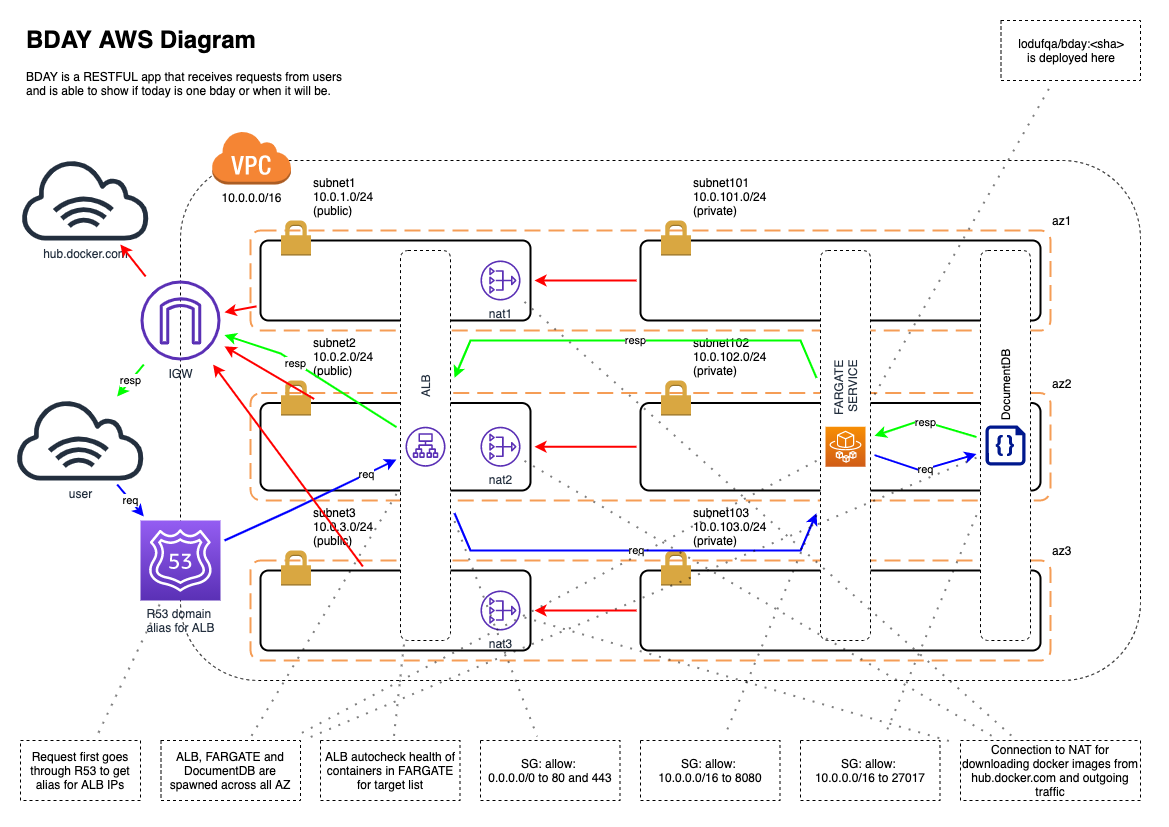
Before: docs/bday.png, a diagram exported from draw.io (aamkye/bday). Source tidied: cells renumbered, new cells last; positions are measured from the earlier drawing's top-left corner, leaving out a move shared by most shapes.
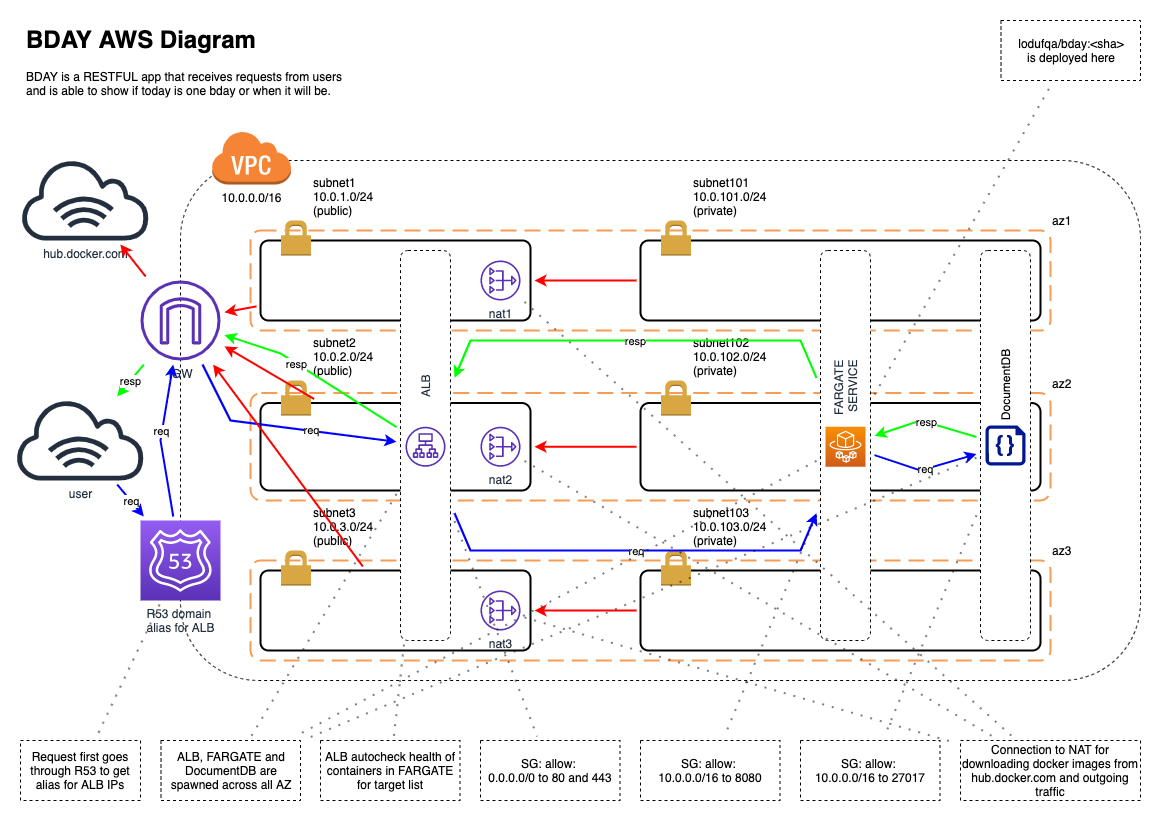
After the commit.

The edit, as a diff of the source:
```diff
@@ -103,16 +103,16 @@
     <mxCell id="33" value="req" style="edgeLabel;html=1;align=center;verticalAlign=middle;" parent="32" vertex="1">
       <mxGeometry relative="1" as="geometry" />
     </mxCell>
-    <mxCell id="34" style="endArrow=classic;html=1;rounded=0;strokeWidth=2;targetPerimeterSpacing=4;sourcePerimeterSpacing=4;strokeColor=#0000FF;" parent="1" edge="1" source="49" target="17">
+    <mxCell id="34" style="endArrow=classic;html=1;rounded=0;strokeWidth=2;targetPerimeterSpacing=4;sourcePerimeterSpacing=4;strokeColor=#0000FF;" parent="1" edge="1" source="4" target="17">
       <mxGeometry relative="1" as="geometry">
         <Array as="points">
-          <mxPoint x="275" y="490" />
+          <mxPoint x="215" y="400" />
         </Array>
       </mxGeometry>
     </mxCell>
     <mxCell id="35" value="req" style="edgeLabel;html=1;align=center;verticalAlign=middle;" parent="34" vertex="1">
       <mxGeometry relative="1" as="geometry">
-        <mxPoint x="55" y="-27" as="offset" />
+        <mxPoint x="29" y="3" as="offset" />
       </mxGeometry>
     </mxCell>
     <mxCell id="36" style="endArrow=classic;html=1;rounded=0;strokeWidth=2;targetPerimeterSpacing=4;sourcePerimeterSpacing=4;strokeColor=#00FF00;" parent="1" edge="1" source="15" target="17">
@@ -254,5 +254,17 @@
     <mxCell id="75" value="&lt;h1&gt;&lt;span&gt;BDAY AWS Diagram&lt;/span&gt;&lt;/h1&gt;&lt;div&gt;&lt;span&gt;&lt;div&gt;BDAY is a RESTFUL app that receives requests from users and is able to show if today is one bday or when it will be.&lt;/div&gt;&lt;/span&gt;&lt;/div&gt;" style="text;html=1;strokeColor=none;fillColor=none;spacing=5;spacingTop=-20;whiteSpace=wrap;overflow=hidden;rounded=0;dashed=1;" parent="1" vertex="1">
       <mxGeometry x="6" width="339" height="100" as="geometry" />
     </mxCell>
+    <mxCell id="76" style="endArrow=classic;html=1;rounded=0;strokeWidth=2;targetPerimeterSpacing=4;sourcePerimeterSpacing=4;strokeColor=#0000FF;" parent="1" edge="1" source="49" target="4">
+      <mxGeometry relative="1" as="geometry">
+        <Array as="points">
+          <mxPoint x="145" y="420" />
+        </Array>
+      </mxGeometry>
+    </mxCell>
+    <mxCell id="77" value="req" style="edgeLabel;html=1;align=center;verticalAlign=middle;" parent="76" vertex="1">
+      <mxGeometry relative="1" as="geometry">
+        <mxPoint x="1" y="-10" as="offset" />
+      </mxGeometry>
+    </mxCell>
   </root>
 </mxGraphModel>
```
